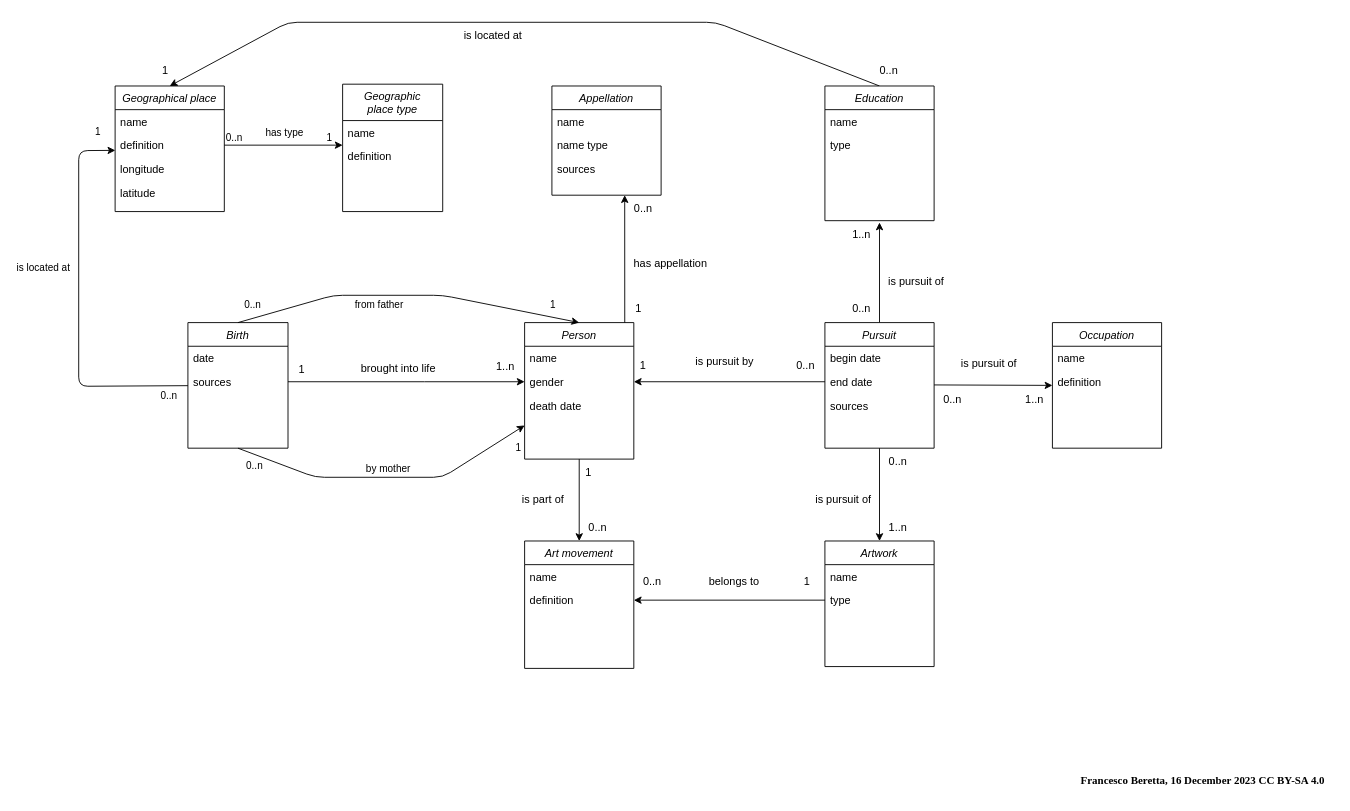
This is MCD_to_database_example.drawio from lmaiahm/Sculpteurs-, a draw.io file, before an edit. Source tidied: cells renumbered, new cells numbered last; positions are measured from the earlier drawing's top-left corner, leaving out a move shared by most shapes. Both pictures are drawn from the tidied source at 91%, with x=0, y=0 at pixel (78, 22).
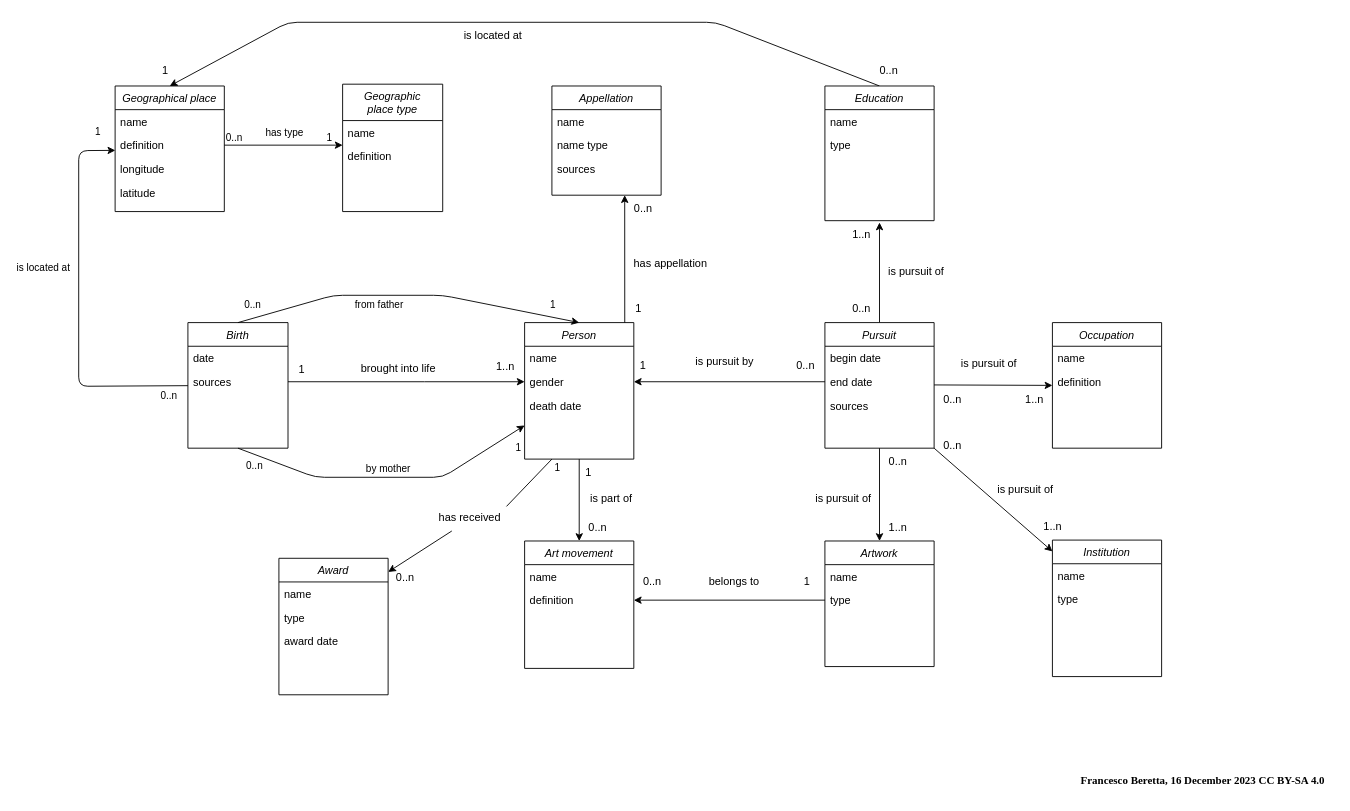
After the change.

Commit message (it also covers changes not shown here):
Modèle conceptuel final

The change refers to these unchanged cells:
```xml
<mxCell id="7" value="Person" style="swimlane;fontStyle=2;align=center;verticalAlign=top;horizontal=1;startSize=26;rounded=0;shadow=0;strokeWidth=1;" parent="1" vertex="1">
  <mxGeometry x="490" y="330" width="120" height="150" as="geometry" />
</mxCell>
<mxCell id="46" value="Pursuit" style="swimlane;fontStyle=2;align=center;verticalAlign=top;horizontal=1;startSize=26;rounded=0;shadow=0;strokeWidth=1;" parent="1" vertex="1">
  <mxGeometry x="820" y="330" width="120" height="138" as="geometry" />
</mxCell>
```

The edit, as a diff of the source:
```diff
@@
+    <mxCell id="92" style="edgeStyle=none;html=1;exitX=0.25;exitY=1;exitDx=0;exitDy=0;entryX=1.001;entryY=0.1;entryDx=0;entryDy=0;entryPerimeter=0;startArrow=none;" parent="1" edge="1" source="99" target="94">
+      <mxGeometry relative="1" as="geometry" />
+    </mxCell>
@@
+    <mxCell id="93" style="edgeStyle=none;html=1;exitX=1;exitY=1;exitDx=0;exitDy=0;entryX=0;entryY=0.083;entryDx=0;entryDy=0;entryPerimeter=0;" parent="1" edge="1" source="46" target="102">
+      <mxGeometry relative="1" as="geometry" />
+    </mxCell>
@@
     <mxCell id="79" value="is pursuit of" style="text;html=1;align=center;verticalAlign=middle;strokeColor=none;fillColor=none;" parent="1" vertex="1">
-      <mxGeometry x="880" y="270" width="80" height="30" as="geometry" />
+      <mxGeometry x="880" y="259" width="80" height="30" as="geometry" />
     </mxCell>
@@
     <mxCell id="88" value="is part of" style="text;html=1;align=center;verticalAlign=middle;strokeColor=none;fillColor=none;" parent="1" vertex="1">
-      <mxGeometry x="475" y="510" width="70" height="30" as="geometry" />
+      <mxGeometry x="550" y="509" width="70" height="30" as="geometry" />
     </mxCell>
@@
     <mxCell id="91" value="is pursuit of" style="text;html=1;align=center;verticalAlign=middle;strokeColor=none;fillColor=none;" parent="1" vertex="1">
-      <mxGeometry x="800" y="510" width="80" height="30" as="geometry" />
+      <mxGeometry x="800" y="509" width="80" height="30" as="geometry" />
     </mxCell>
+    <mxCell id="94" value="Award" style="swimlane;fontStyle=2;align=center;verticalAlign=top;horizontal=1;startSize=26;rounded=0;shadow=0;strokeWidth=1;" parent="1" vertex="1">
+      <mxGeometry x="220" y="589" width="120" height="150" as="geometry" />
+    </mxCell>
+    <mxCell id="95" value="name" style="text;align=left;verticalAlign=top;spacingLeft=4;spacingRight=4;overflow=hidden;" parent="94" vertex="1">
+      <mxGeometry y="26" width="120" height="26" as="geometry" />
+    </mxCell>
+    <mxCell id="96" value="type" style="text;align=left;verticalAlign=top;spacingLeft=4;spacingRight=4;overflow=hidden;rounded=0;shadow=0;html=0;" parent="94" vertex="1">
+      <mxGeometry y="52" width="120" height="26" as="geometry" />
+    </mxCell>
+    <mxCell id="97" value="award date" style="text;align=left;verticalAlign=top;spacingLeft=4;spacingRight=4;overflow=hidden;rounded=0;shadow=0;html=0;" parent="94" vertex="1">
+      <mxGeometry y="78" width="120" height="26" as="geometry" />
+    </mxCell>
+    <mxCell id="98" style="edgeStyle=none;html=1;exitX=0.25;exitY=1;exitDx=0;exitDy=0;entryX=1.001;entryY=0.1;entryDx=0;entryDy=0;entryPerimeter=0;endArrow=none;" parent="1" edge="1" source="7" target="99">
+      <mxGeometry relative="1" as="geometry" />
+    </mxCell>
+    <mxCell id="99" value="has received" style="text;strokeColor=none;align=center;fillColor=none;html=1;verticalAlign=middle;whiteSpace=wrap;rounded=0;" parent="1" vertex="1">
+      <mxGeometry x="390" y="529" width="80" height="30" as="geometry" />
+    </mxCell>
+    <mxCell id="100" value="0..n" style="align=right;verticalAlign=bottom;labelBackgroundColor=none;fontSize=12;" parent="1" vertex="1">
+      <mxGeometry x="370" y="619" as="geometry" />
+    </mxCell>
+    <mxCell id="101" value="1" style="edgeLabel;html=1;align=center;verticalAlign=middle;" parent="1" vertex="1">
+      <mxGeometry x="530" y="489" as="geometry">
+        <mxPoint x="-5" as="offset" />
+      </mxGeometry>
+    </mxCell>
+    <mxCell id="102" value="Institution" style="swimlane;fontStyle=2;align=center;verticalAlign=top;horizontal=1;startSize=26;rounded=0;shadow=0;strokeWidth=1;" parent="1" vertex="1">
+      <mxGeometry x="1070" y="569" width="120" height="150" as="geometry" />
+    </mxCell>
+    <mxCell id="103" value="name" style="text;align=left;verticalAlign=top;spacingLeft=4;spacingRight=4;overflow=hidden;" parent="102" vertex="1">
+      <mxGeometry y="26" width="120" height="26" as="geometry" />
+    </mxCell>
+    <mxCell id="104" value="type" style="text;align=left;verticalAlign=top;spacingLeft=4;spacingRight=4;overflow=hidden;rounded=0;shadow=0;html=0;" parent="102" vertex="1">
+      <mxGeometry y="52" width="120" height="26" as="geometry" />
+    </mxCell>
+    <mxCell id="105" value="0..n" style="text;html=1;align=center;verticalAlign=middle;strokeColor=none;fillColor=none;" parent="1" vertex="1">
+      <mxGeometry x="940" y="450" width="40" height="30" as="geometry" />
+    </mxCell>
+    <mxCell id="106" value="1..n" style="text;html=1;align=center;verticalAlign=middle;strokeColor=none;fillColor=none;" parent="1" vertex="1">
+      <mxGeometry x="1050" y="539" width="40" height="30" as="geometry" />
+    </mxCell>
+    <mxCell id="107" value="is pursuit of" style="text;html=1;align=center;verticalAlign=middle;strokeColor=none;fillColor=none;" parent="1" vertex="1">
+      <mxGeometry x="1000" y="499" width="80" height="30" as="geometry" />
+    </mxCell>
```
